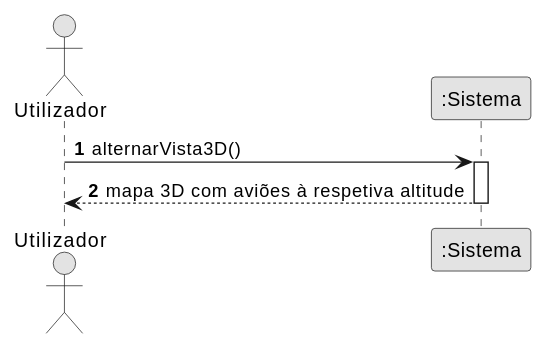
Before: docs/system-documentation/use-cases/US16/svg/ssd_us16.svg, a diagram exported from PlantUML (miguelsiilva1/SkyTracer). Source of this version:
```plantuml
@startuml
autonumber
skinparam monochrome true
actor "Utilizador" as U
participant ":Sistema" as S

U -> S : alternarVista3D()
activate S
S --> U : mapa 3D com aviões à respetiva altitude
deactivate S
@enduml
```
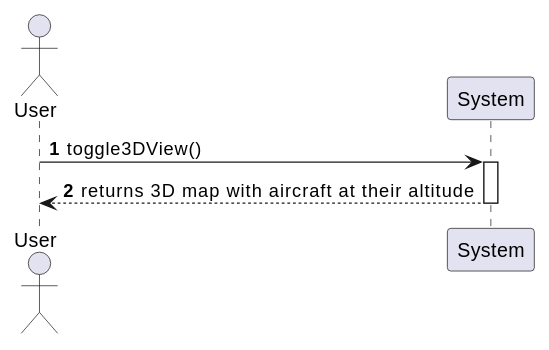
After the commit.

The edit, as a diff of the source:
```diff
@@ -1,11 +1,10 @@
 @startuml
 autonumber
-skinparam monochrome true
-actor "Utilizador" as U
-participant ":Sistema" as S
+actor "User" as A
+participant "System" as S
 
-U -> S : alternarVista3D()
+A -> S : toggle3DView()
 activate S
-S --> U : mapa 3D com aviões à respetiva altitude
+S --> A : returns 3D map with aircraft at their altitude
 deactivate S
 @enduml
```
